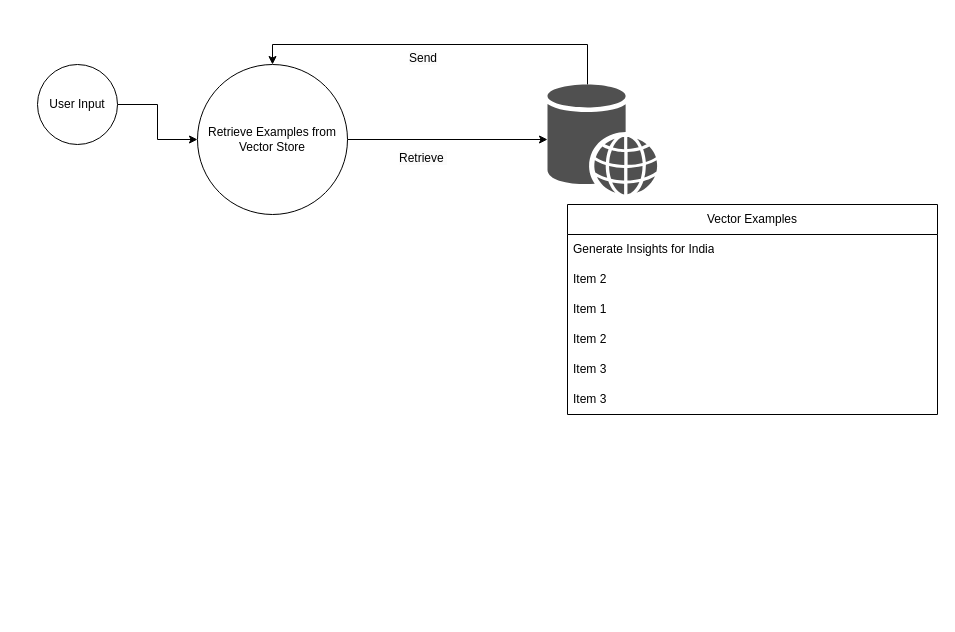
This is page "Dimension Extraction" (3 of 3) of Flow 1 - Complete workflow.drawio from NeyoxDrago/Flow-Diagrams, a draw.io file, before an edit. Source tidied: cells renumbered, new cells numbered last; positions are measured from the earlier drawing's top-left corner, leaving out a move shared by most shapes. Both pictures are drawn from the tidied source at 100%, with x=0, y=0 at pixel (37, 44).
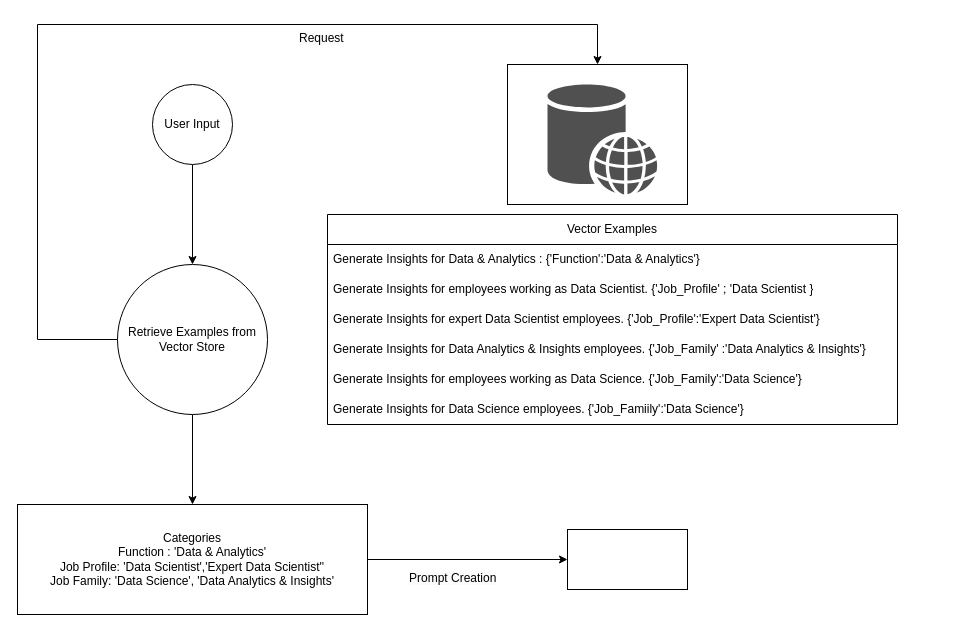
The same diagram, later.

Unchanged cells that the change refers to:
```xml
<mxCell id="7" style="sketch=0;shadow=0;dashed=0;html=1;strokeColor=none;fillColor=#505050;labelPosition=center;verticalLabelPosition=bottom;verticalAlign=top;outlineConnect=0;align=center;shape=mxgraph.office.databases.web_store;" parent="1" vertex="1">
  <mxGeometry x="510" y="40" width="110" height="110" as="geometry" />
</mxCell>
```

What changed in the source:
```diff
@@
+    <mxCell id="17" style="rounded=0;whiteSpace=wrap;html=1;fillColor=none;" parent="1" vertex="1">
+      <mxGeometry x="470" y="20" width="180" height="140" as="geometry" />
+    </mxCell>
@@
     <mxCell id="3" value="User Input" style="ellipse;whiteSpace=wrap;html=1;" parent="1" vertex="1">
-      <mxGeometry y="20" width="80" height="80" as="geometry" />
+      <mxGeometry x="115" y="40" width="80" height="80" as="geometry" />
     </mxCell>
-    <mxCell id="4" style="edgeStyle=orthogonalEdgeStyle;rounded=0;jettySize=auto;html=1;" parent="1" edge="1" source="5" target="7">
-      <mxGeometry relative="1" as="geometry" />
-    </mxCell>
+    <mxCell id="18" style="edgeStyle=orthogonalEdgeStyle;rounded=0;jettySize=auto;html=1;" parent="1" edge="1" source="5" target="20">
+      <mxGeometry relative="1" as="geometry" />
+    </mxCell>
     <mxCell id="5" value="Retrieve Examples from Vector Store" style="ellipse;whiteSpace=wrap;html=1;" parent="1" vertex="1">
-      <mxGeometry x="160" y="20" width="150" height="150" as="geometry" />
+      <mxGeometry x="80" y="220" width="150" height="150" as="geometry" />
     </mxCell>
-    <mxCell id="6" style="edgeStyle=orthogonalEdgeStyle;rounded=0;jettySize=auto;html=1;entryX=0.5;entryY=0;entryDx=0;entryDy=0;" parent="1" edge="1" source="7" target="5">
-      <mxGeometry relative="1" as="geometry">
-        <Array as="points">
-          <mxPoint x="550" />
-          <mxPoint x="235" />
-        </Array>
-      </mxGeometry>
-    </mxCell>
@@
-    <mxCell id="8" value="&lt;span style=&quot;color: rgb(0, 0, 0); font-family: Helvetica; font-size: 12px; font-style: normal; font-variant-ligatures: normal; font-variant-caps: normal; font-weight: 400; letter-spacing: normal; orphans: 2; text-align: center; text-indent: 0px; text-transform: none; widows: 2; word-spacing: 0px; -webkit-text-stroke-width: 0px; white-space: normal; background-color: rgb(251, 251, 251); text-decoration-thickness: initial; text-decoration-style: initial; text-decoration-color: initial; display: inline !important; float: none;&quot;&gt;Retrieve&amp;nbsp;&lt;/span&gt;" style="text;whiteSpace=wrap;html=1;" parent="1" vertex="1">
-      <mxGeometry x="360" y="100" width="50" height="30" as="geometry" />
-    </mxCell>
-    <mxCell id="9" value="&lt;span style=&quot;color: rgb(0, 0, 0); font-family: Helvetica; font-size: 12px; font-style: normal; font-variant-ligatures: normal; font-variant-caps: normal; font-weight: 400; letter-spacing: normal; orphans: 2; text-align: center; text-indent: 0px; text-transform: none; widows: 2; word-spacing: 0px; -webkit-text-stroke-width: 0px; white-space: normal; background-color: rgb(251, 251, 251); text-decoration-thickness: initial; text-decoration-style: initial; text-decoration-color: initial; display: inline !important; float: none;&quot;&gt;Send&lt;/span&gt;" style="text;whiteSpace=wrap;html=1;" parent="1" vertex="1">
-      <mxGeometry x="370" width="50" height="30" as="geometry" />
+    <mxCell id="9" value="&lt;span style=&quot;color: rgb(0, 0, 0); font-family: Helvetica; font-size: 12px; font-style: normal; font-variant-ligatures: normal; font-variant-caps: normal; font-weight: 400; letter-spacing: normal; orphans: 2; text-align: center; text-indent: 0px; text-transform: none; widows: 2; word-spacing: 0px; -webkit-text-stroke-width: 0px; white-space: normal; background-color: rgb(251, 251, 251); text-decoration-thickness: initial; text-decoration-style: initial; text-decoration-color: initial; display: inline !important; float: none;&quot;&gt;Request&lt;/span&gt;" style="text;whiteSpace=wrap;html=1;" parent="1" vertex="1">
+      <mxGeometry x="260" y="-20" width="50" height="30" as="geometry" />
     </mxCell>
     <mxCell id="10" value="Vector Examples" style="swimlane;fontStyle=0;horizontal=1;startSize=30;whiteSpace=wrap;html=1;" parent="1" vertex="1">
-      <mxGeometry x="530" y="160" width="370" height="210" as="geometry" />
+      <mxGeometry x="290" y="170" width="570" height="210" as="geometry" />
     </mxCell>
-    <mxCell id="11" value="Generate Insights for India" style="text;strokeColor=none;fillColor=none;align=left;verticalAlign=middle;spacingLeft=4;spacingRight=4;overflow=hidden;whiteSpace=wrap;html=1;" parent="10" vertex="1">
-      <mxGeometry y="30" width="370" height="30" as="geometry" />
+    <mxCell id="11" value="Generate Insights for Data &amp;amp; Analytics : {'Function':'Data &amp;amp; Analytics'}" style="text;strokeColor=none;fillColor=none;align=left;verticalAlign=middle;spacingLeft=4;spacingRight=4;overflow=hidden;whiteSpace=wrap;html=1;" parent="10" vertex="1">
+      <mxGeometry y="30" width="570" height="30" as="geometry" />
     </mxCell>
-    <mxCell id="12" value="Item 2" style="text;strokeColor=none;fillColor=none;align=left;verticalAlign=middle;spacingLeft=4;spacingRight=4;overflow=hidden;whiteSpace=wrap;html=1;" parent="10" vertex="1">
-      <mxGeometry y="60" width="370" height="30" as="geometry" />
+    <mxCell id="12" value="Generate Insights for employees working as Data Scientist. {'Job_Profile' ; 'Data Scientist }" style="text;strokeColor=none;fillColor=none;align=left;verticalAlign=middle;spacingLeft=4;spacingRight=4;overflow=hidden;whiteSpace=wrap;html=1;" parent="10" vertex="1">
+      <mxGeometry y="60" width="570" height="30" as="geometry" />
     </mxCell>
-    <mxCell id="13" value="Item 1" style="text;strokeColor=none;fillColor=none;align=left;verticalAlign=middle;spacingLeft=4;spacingRight=4;overflow=hidden;whiteSpace=wrap;html=1;" parent="10" vertex="1">
-      <mxGeometry y="90" width="370" height="30" as="geometry" />
+    <mxCell id="13" value="Generate Insights for expert Data Scientist employees. {'Job_Profile':'Expert Data Scientist'}" style="text;strokeColor=none;fillColor=none;align=left;verticalAlign=middle;spacingLeft=4;spacingRight=4;overflow=hidden;whiteSpace=wrap;html=1;" parent="10" vertex="1">
+      <mxGeometry y="90" width="570" height="30" as="geometry" />
     </mxCell>
-    <mxCell id="14" value="Item 2" style="text;strokeColor=none;fillColor=none;align=left;verticalAlign=middle;spacingLeft=4;spacingRight=4;overflow=hidden;whiteSpace=wrap;html=1;" parent="10" vertex="1">
-      <mxGeometry y="120" width="370" height="30" as="geometry" />
+    <mxCell id="14" value="Generate Insights for Data Analytics &amp;amp; Insights employees. {'Job_Family' :'Data Analytics &amp;amp; Insights'}" style="text;strokeColor=none;fillColor=none;align=left;verticalAlign=middle;spacingLeft=4;spacingRight=4;overflow=hidden;whiteSpace=wrap;html=1;" parent="10" vertex="1">
+      <mxGeometry y="120" width="570" height="30" as="geometry" />
     </mxCell>
-    <mxCell id="15" value="Item 3" style="text;strokeColor=none;fillColor=none;align=left;verticalAlign=middle;spacingLeft=4;spacingRight=4;overflow=hidden;whiteSpace=wrap;html=1;" parent="10" vertex="1">
-      <mxGeometry y="150" width="370" height="30" as="geometry" />
+    <mxCell id="15" value="Generate Insights for employees working as Data Science. {'Job_Family':'Data Science'}" style="text;strokeColor=none;fillColor=none;align=left;verticalAlign=middle;spacingLeft=4;spacingRight=4;overflow=hidden;whiteSpace=wrap;html=1;" parent="10" vertex="1">
+      <mxGeometry y="150" width="570" height="30" as="geometry" />
     </mxCell>
-    <mxCell id="16" value="Item 3" style="text;strokeColor=none;fillColor=none;align=left;verticalAlign=middle;spacingLeft=4;spacingRight=4;overflow=hidden;whiteSpace=wrap;html=1;" parent="10" vertex="1">
-      <mxGeometry y="180" width="370" height="30" as="geometry" />
+    <mxCell id="16" value="Generate Insights for Data Science employees. {'Job_Famiily':'Data Science'}" style="text;strokeColor=none;fillColor=none;align=left;verticalAlign=middle;spacingLeft=4;spacingRight=4;overflow=hidden;whiteSpace=wrap;html=1;" parent="10" vertex="1">
+      <mxGeometry y="180" width="570" height="30" as="geometry" />
     </mxCell>
+    <mxCell id="19" style="edgeStyle=orthogonalEdgeStyle;rounded=0;jettySize=auto;html=1;" parent="1" edge="1" source="20" target="21">
+      <mxGeometry relative="1" as="geometry" />
+    </mxCell>
+    <mxCell id="20" value="Categories&lt;div&gt;Function : 'Data &amp;amp; Analytics'&lt;/div&gt;&lt;div&gt;Job Profile: 'Data Scientist','Expert Data Scientist''&lt;/div&gt;&lt;div&gt;Job Family: 'Data Science', 'Data Analytics &amp;amp; Insights'&lt;/div&gt;" style="whiteSpace=wrap;html=1;" parent="1" vertex="1">
+      <mxGeometry x="-20" y="460" width="350" height="110" as="geometry" />
+    </mxCell>
+    <mxCell id="21" style="whiteSpace=wrap;html=1;" parent="1" vertex="1">
+      <mxGeometry x="530" y="485" width="120" height="60" as="geometry" />
+    </mxCell>
+    <mxCell id="22" value="&lt;span style=&quot;color: rgb(0, 0, 0); font-family: Helvetica; font-size: 12px; font-style: normal; font-variant-ligatures: normal; font-variant-caps: normal; font-weight: 400; letter-spacing: normal; orphans: 2; text-align: center; text-indent: 0px; text-transform: none; widows: 2; word-spacing: 0px; -webkit-text-stroke-width: 0px; white-space: normal; background-color: rgb(251, 251, 251); text-decoration-thickness: initial; text-decoration-style: initial; text-decoration-color: initial; display: inline !important; float: none;&quot;&gt;Prompt Creation&lt;/span&gt;" style="text;whiteSpace=wrap;html=1;" parent="1" vertex="1">
+      <mxGeometry x="370" y="520" width="110" height="30" as="geometry" />
+    </mxCell>
+    <mxCell id="23" style="edgeStyle=orthogonalEdgeStyle;rounded=0;jettySize=auto;html=1;entryX=0.5;entryY=0;entryDx=0;entryDy=0;" parent="1" edge="1" source="5" target="17">
+      <mxGeometry relative="1" as="geometry">
+        <Array as="points">
+          <mxPoint y="295" />
+          <mxPoint y="-20" />
+          <mxPoint x="560" y="-20" />
+        </Array>
+      </mxGeometry>
+    </mxCell>
```
